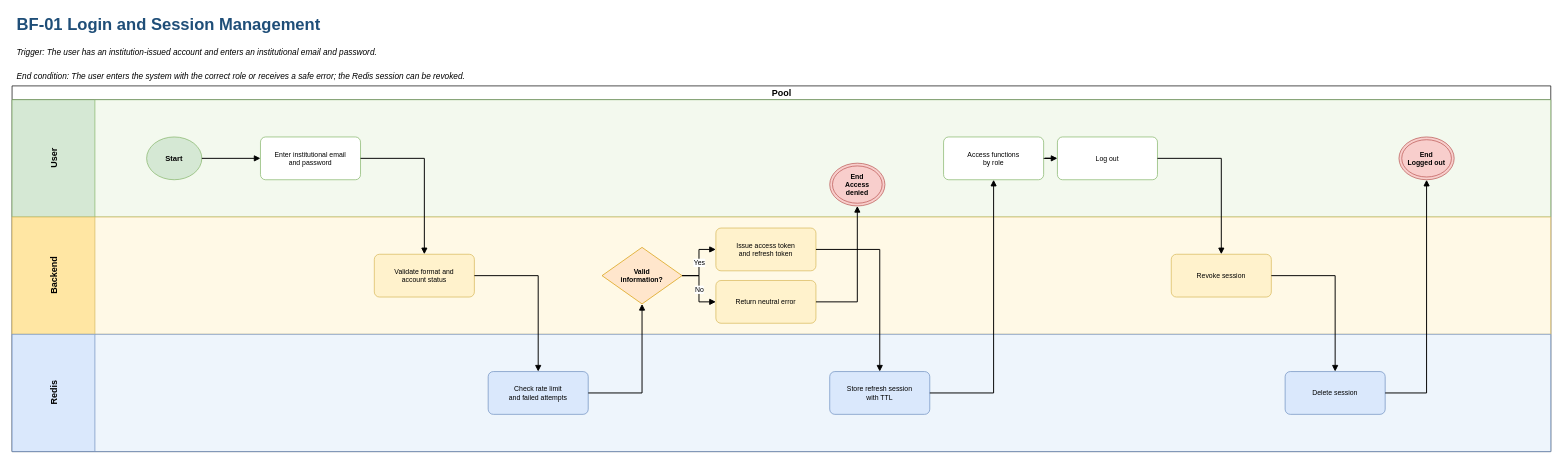
hygef-v4/AI-Powered-Learning-Platform keeps this draw.io diagram as page "BF-01 Login and Session Management" (1 of 9) of aidlc-docs/inception/main-business-flows/AI-Powered-Learning-Platform-Main-Business-Flows.drawio. Above is the earlier version. Source tidied: cells renumbered, new cells numbered last; positions are measured from the earlier drawing's top-left corner, leaving out a move shared by most shapes. Both pictures are drawn from the tidied source at 69%, with x=0, y=0 at pixel (12, 12).
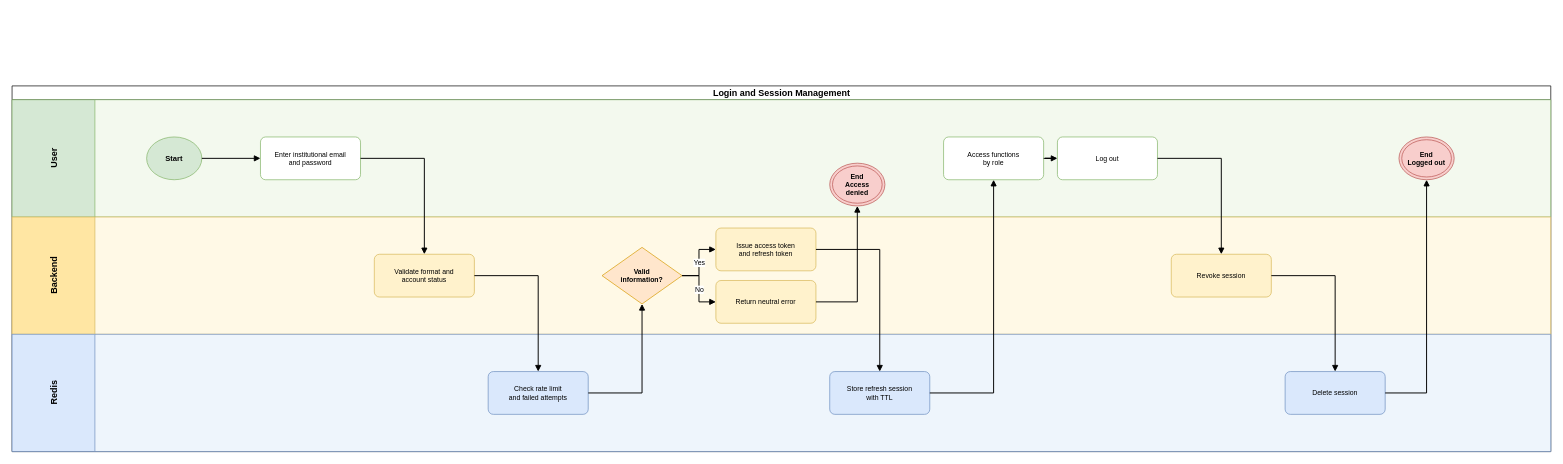
The same page after the edit.

The edit, as a diff of the source:
```diff
@@
-    <mxCell id="2" value="BF-01  Login and Session Management" style="text;html=1;align=left;verticalAlign=middle;fontSize=24;fontStyle=1;fontColor=#1F4E78;" parent="1" vertex="1">
-      <mxGeometry x="5" width="2220" height="38" as="geometry" />
-    </mxCell>
-    <mxCell id="3" value="Trigger: The user has an institution-issued account and enters an institutional email and password." style="text;html=1;align=left;verticalAlign=middle;fontSize=12;fontStyle=2;" parent="1" vertex="1">
-      <mxGeometry x="5" y="44" width="2220" height="28" as="geometry" />
-    </mxCell>
-    <mxCell id="4" value="End condition: The user enters the system with the correct role or receives a safe error; the Redis session can be revoked." style="text;html=1;align=left;verticalAlign=middle;fontSize=12;fontStyle=2;" parent="1" vertex="1">
-      <mxGeometry x="5" y="76" width="2220" height="34" as="geometry" />
-    </mxCell>
-    <mxCell id="5" value="Pool" style="swimlane;horizontal=1;startSize=20;html=1;fontSize=13;fontStyle=1;align=center;verticalAlign=middle;" parent="1" vertex="1">
+    <mxCell id="5" value="Login and Session Management" style="swimlane;horizontal=1;startSize=20;html=1;fontSize=13;fontStyle=1;align=center;verticalAlign=middle;" parent="1" vertex="1">
       <mxGeometry y="107" width="2230" height="530" as="geometry" />
     </mxCell>
```
